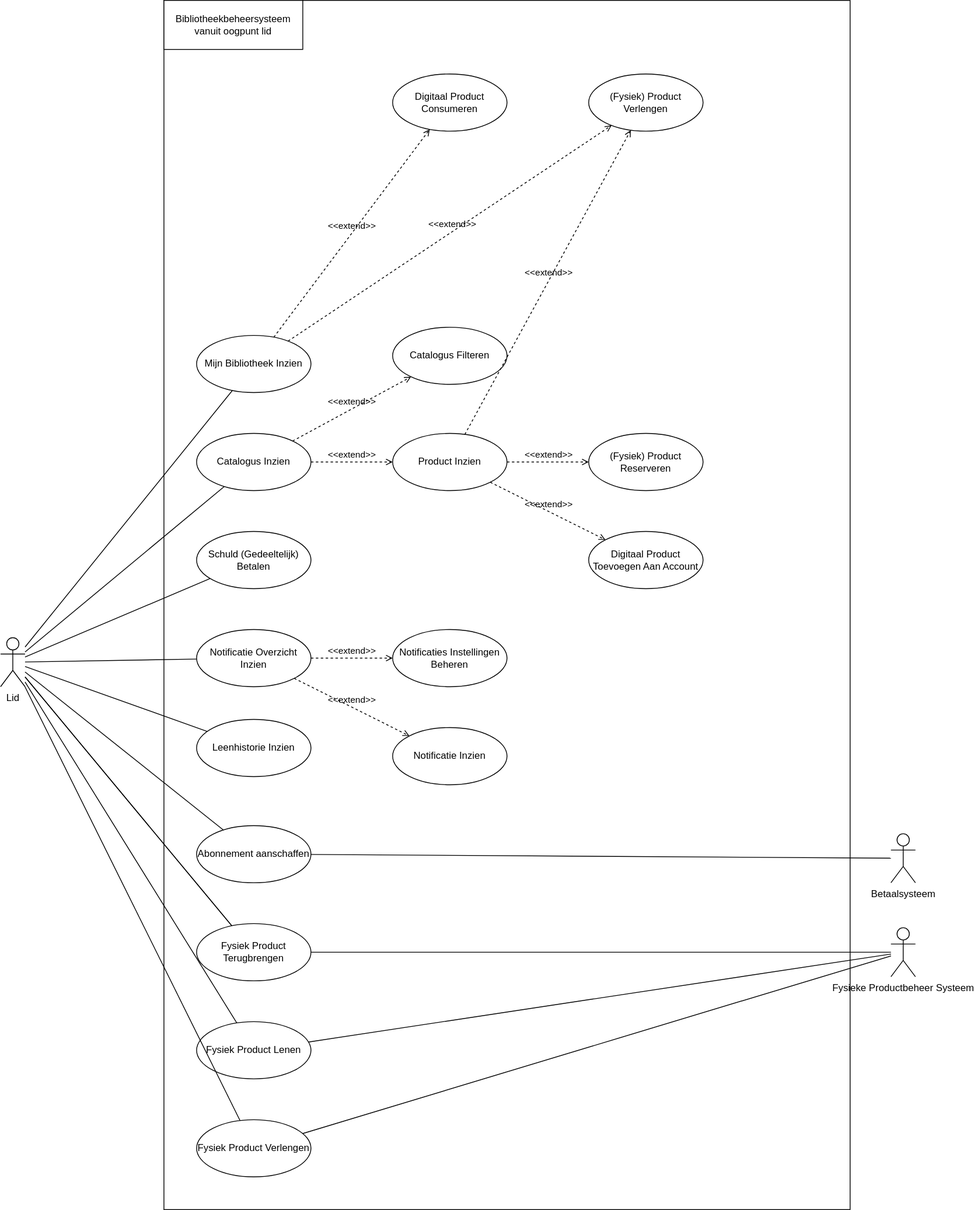
Before: documents/usecases/diagrams/lid-usecase-diagram.drawio.svg, a diagram exported from draw.io (pieter-groenendijk/oose-library-management-system). Source tidied: cells renumbered, new cells last; positions are measured from the earlier drawing's top-left corner, leaving out a move shared by most shapes.
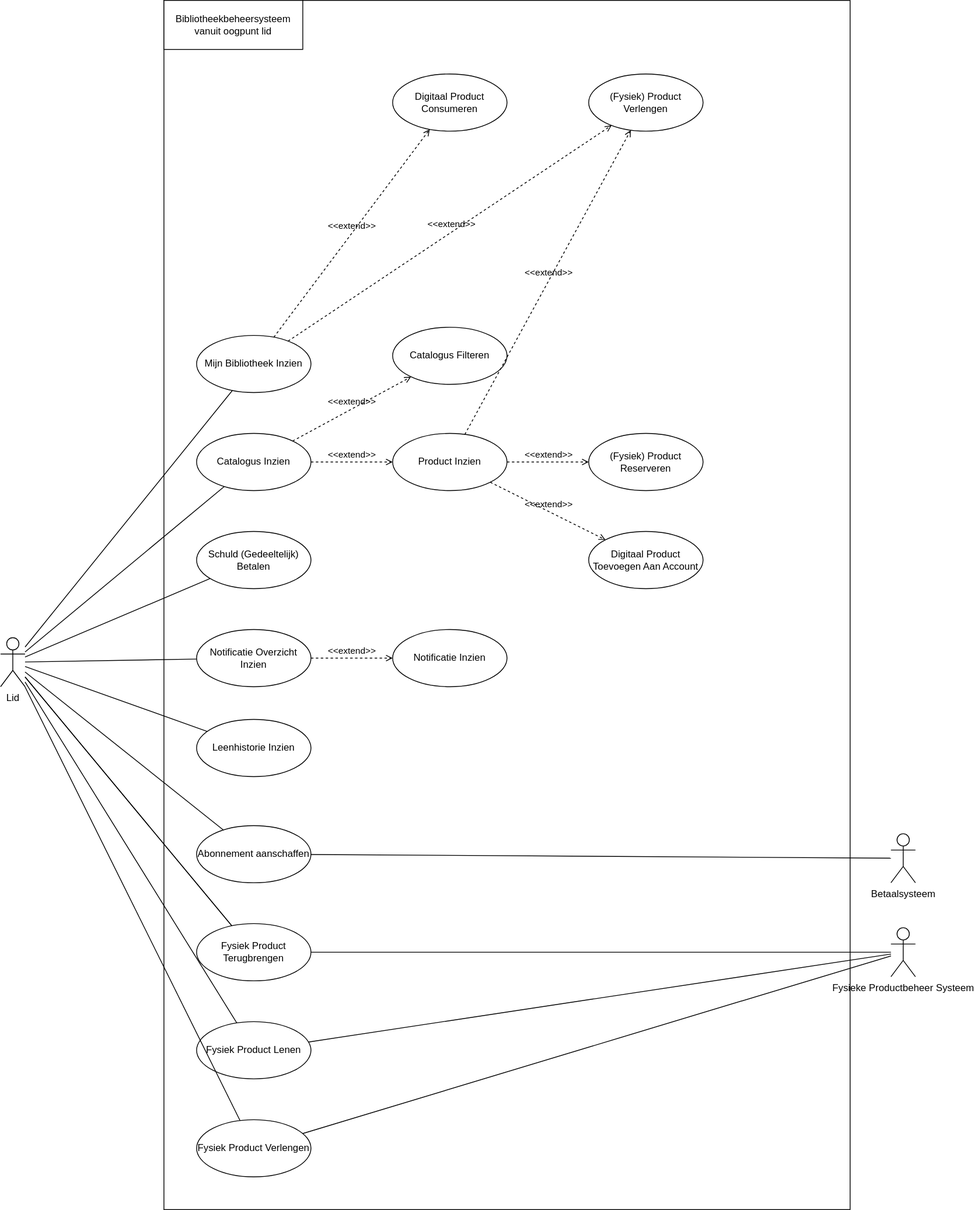
After the change.

Commit message:
Removed usecase 'Notificatieinstellingen inzien'

Diff of the diagram source:
```diff
@@ -35,9 +35,6 @@
     <mxCell id="12" value="Leenhistorie Inzien" style="ellipse;whiteSpace=wrap;html=1;" parent="1" vertex="1">
       <mxGeometry x="240" y="880" width="140" height="70" as="geometry" />
     </mxCell>
-    <mxCell id="13" value="Notificaties Instellingen Beheren" style="ellipse;whiteSpace=wrap;html=1;" parent="1" vertex="1">
-      <mxGeometry x="480" y="770" width="140" height="70" as="geometry" />
-    </mxCell>
     <mxCell id="14" style="endArrow=none;html=1;rounded=0;" parent="1" edge="1" source="4" target="10">
       <mxGeometry relative="1" as="geometry" />
     </mxCell>
@@ -95,11 +92,8 @@
     <mxCell id="32" style="endArrow=none;html=1;rounded=0;" parent="1" edge="1" source="27" target="30">
       <mxGeometry relative="1" as="geometry" />
     </mxCell>
-    <mxCell id="33" value="&amp;lt;&amp;lt;extend&amp;gt;&amp;gt;" style="html=1;verticalAlign=bottom;labelBackgroundColor=none;endArrow=open;endFill=0;dashed=1;rounded=0;" parent="1" edge="1" source="23" target="13">
-      <mxGeometry relative="1" as="geometry" />
-    </mxCell>
     <mxCell id="34" value="Notificatie Inzien" style="ellipse;whiteSpace=wrap;html=1;" parent="1" vertex="1">
-      <mxGeometry x="480" y="890" width="140" height="70" as="geometry" />
+      <mxGeometry x="480" y="770" width="140" height="70" as="geometry" />
     </mxCell>
     <mxCell id="35" value="&amp;lt;&amp;lt;extend&amp;gt;&amp;gt;" style="html=1;verticalAlign=bottom;labelBackgroundColor=none;endArrow=open;endFill=0;dashed=1;rounded=0;" parent="1" edge="1" source="23" target="34">
       <mxGeometry relative="1" as="geometry" />
```
